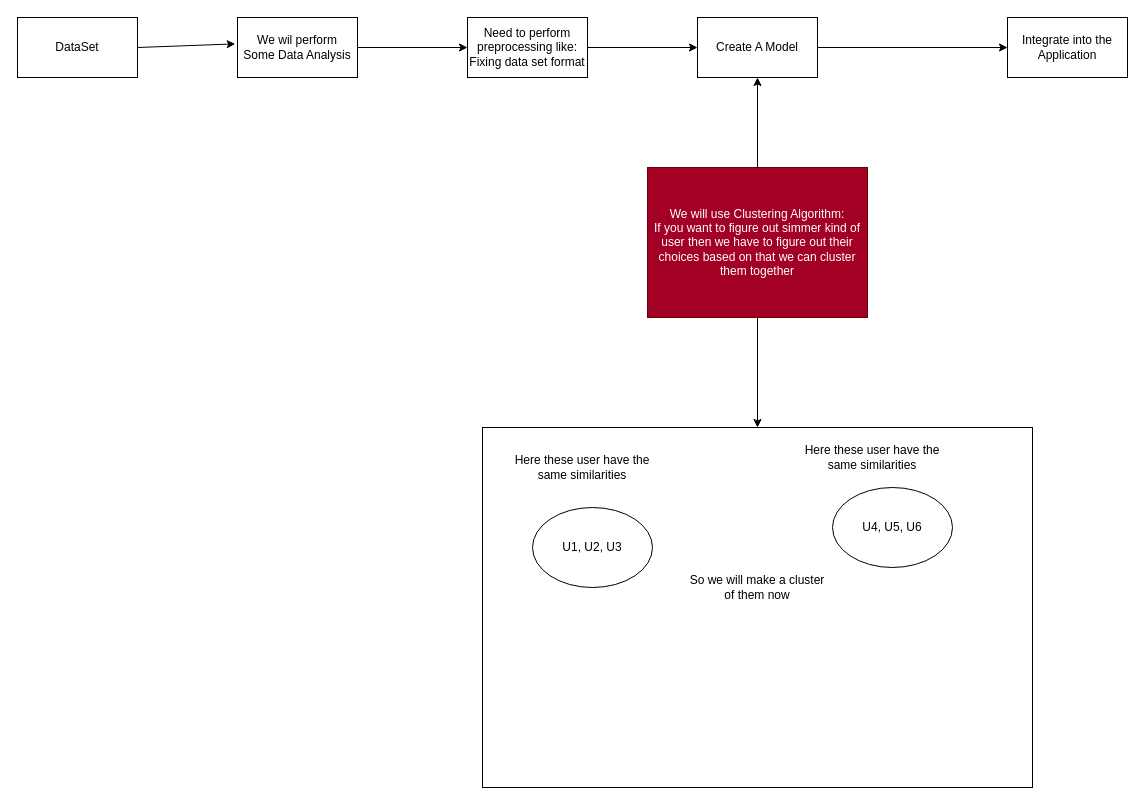
Earlier version of the draw.io diagram page "Vehicle Recommendation" (9 of 9) of design.drawio (roman-ojha/journey). Source tidied: cells renumbered, new cells numbered last; positions are measured from the earlier drawing's top-left corner, leaving out a move shared by most shapes. Both pictures are drawn from the tidied source at 100%, with x=0, y=0 at pixel (17, 17).
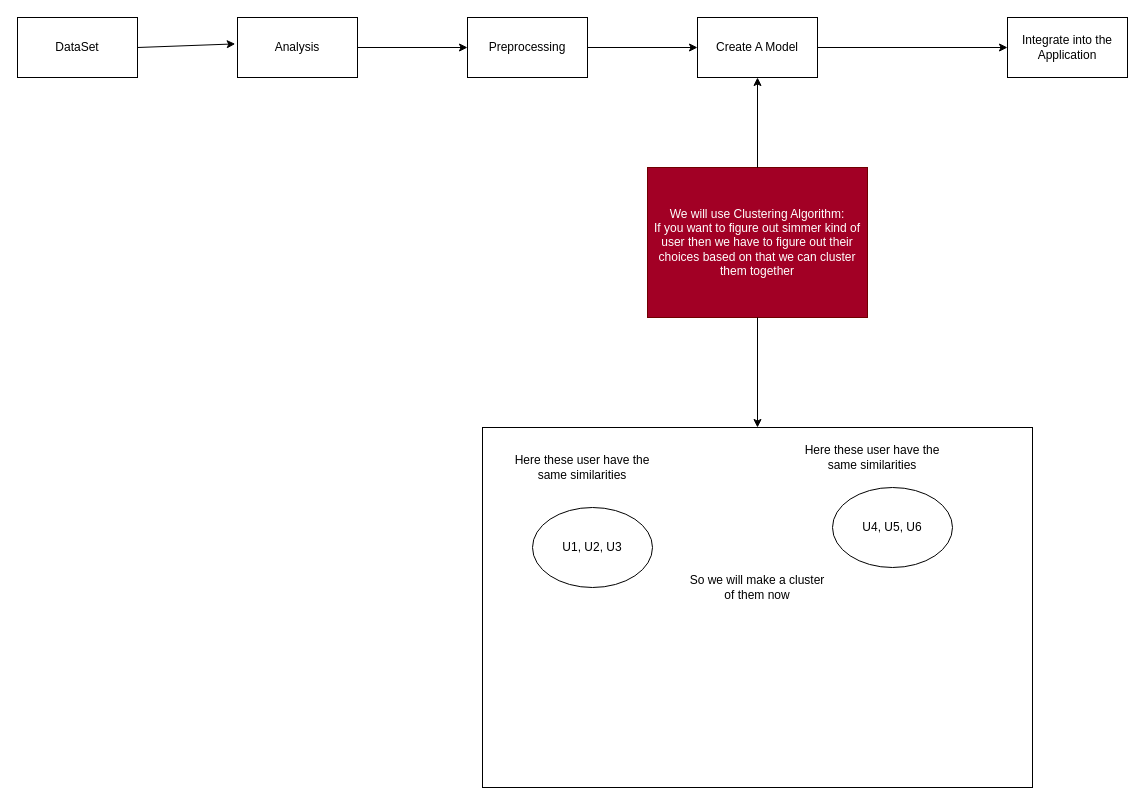
The same diagram, later.

What changed in the source:
```diff
@@
 <mxGraphModel>
   <root>
     <mxCell id="0" />
     <mxCell id="1" parent="0" />
     <mxCell id="2" value="DataSet" style="rounded=0;whiteSpace=wrap;html=1;" parent="1" vertex="1">
       <mxGeometry width="120" height="60" as="geometry" />
     </mxCell>
-    <mxCell id="3" value="We wil perform&lt;br&gt;Some Data Analysis" style="rounded=0;whiteSpace=wrap;html=1;" parent="1" vertex="1">
+    <mxCell id="3" value="Analysis" style="rounded=0;whiteSpace=wrap;html=1;" parent="1" vertex="1">
       <mxGeometry x="220" width="120" height="60" as="geometry" />
     </mxCell>
-    <mxCell id="4" value="Need to perform preprocessing like: Fixing data set format" style="rounded=0;whiteSpace=wrap;html=1;" parent="1" vertex="1">
+    <mxCell id="4" value="Preprocessing" style="rounded=0;whiteSpace=wrap;html=1;" parent="1" vertex="1">
       <mxGeometry x="450" width="120" height="60" as="geometry" />
     </mxCell>
     <mxCell id="5" value="Create A Model" style="rounded=0;whiteSpace=wrap;html=1;" parent="1" vertex="1">
       <mxGeometry x="680" width="120" height="60" as="geometry" />
     </mxCell>
     <mxCell id="6" style="endArrow=classic;html=1;rounded=0;exitX=1;exitY=0.5;exitDx=0;exitDy=0;entryX=-0.019;entryY=0.44;entryDx=0;entryDy=0;entryPerimeter=0;" parent="1" edge="1" source="2" target="3">
       <mxGeometry relative="1" as="geometry" />
     </mxCell>
     <mxCell id="7" style="endArrow=classic;html=1;rounded=0;exitX=1;exitY=0.5;exitDx=0;exitDy=0;entryX=0;entryY=0.5;entryDx=0;entryDy=0;" parent="1" edge="1" source="3" target="4">
       <mxGeometry relative="1" as="geometry" />
     </mxCell>
     <mxCell id="8" style="endArrow=classic;html=1;rounded=0;exitX=1;exitY=0.5;exitDx=0;exitDy=0;" parent="1" edge="1" source="4" target="5">
       <mxGeometry relative="1" as="geometry" />
     </mxCell>
     <mxCell id="9" value="Integrate into the Application" style="rounded=0;whiteSpace=wrap;html=1;" parent="1" vertex="1">
       <mxGeometry x="990" width="120" height="60" as="geometry" />
     </mxCell>
     <mxCell id="10" value="We will use Clustering Algorithm:&lt;br&gt;If you want to figure out simmer kind of user then we have to figure out their choices based on that we can cluster them together" style="rounded=0;whiteSpace=wrap;html=1;fillColor=#a20025;fontColor=#ffffff;strokeColor=#6F0000;" parent="1" vertex="1">
       <mxGeometry x="630" y="150" width="220" height="150" as="geometry" />
     </mxCell>
     <mxCell id="11" style="endArrow=classic;html=1;rounded=0;exitX=0.5;exitY=0;exitDx=0;exitDy=0;entryX=0.5;entryY=1;entryDx=0;entryDy=0;" parent="1" edge="1" source="10" target="5">
       <mxGeometry relative="1" as="geometry" />
     </mxCell>
     <mxCell id="12" style="rounded=0;whiteSpace=wrap;html=1;" parent="1" vertex="1">
       <mxGeometry x="465" y="410" width="550" height="360" as="geometry" />
     </mxCell>
     <mxCell id="13" value="U1, U2, U3" style="ellipse;whiteSpace=wrap;html=1;" parent="1" vertex="1">
       <mxGeometry x="515" y="490" width="120" height="80" as="geometry" />
     </mxCell>
     <mxCell id="14" value="U4, U5, U6" style="ellipse;whiteSpace=wrap;html=1;" parent="1" vertex="1">
       <mxGeometry x="815" y="470" width="120" height="80" as="geometry" />
     </mxCell>
     <mxCell id="15" value="Here these user have the same similarities" style="text;html=1;strokeColor=none;fillColor=none;align=center;verticalAlign=middle;whiteSpace=wrap;rounded=0;" parent="1" vertex="1">
       <mxGeometry x="495" y="430" width="140" height="40" as="geometry" />
     </mxCell>
     <mxCell id="16" value="Here these user have the same similarities" style="text;html=1;strokeColor=none;fillColor=none;align=center;verticalAlign=middle;whiteSpace=wrap;rounded=0;" parent="1" vertex="1">
       <mxGeometry x="785" y="420" width="140" height="40" as="geometry" />
     </mxCell>
     <mxCell id="17" value="So we will make a cluster of them now" style="text;html=1;strokeColor=none;fillColor=none;align=center;verticalAlign=middle;whiteSpace=wrap;rounded=0;" parent="1" vertex="1">
       <mxGeometry x="670" y="550" width="140" height="40" as="geometry" />
     </mxCell>
     <mxCell id="18" style="endArrow=classic;html=1;rounded=0;exitX=0.5;exitY=1;exitDx=0;exitDy=0;entryX=0.5;entryY=0;entryDx=0;entryDy=0;" parent="1" edge="1" source="10" target="12">
       <mxGeometry relative="1" as="geometry" />
     </mxCell>
     <mxCell id="19" style="endArrow=classic;html=1;rounded=0;exitX=1;exitY=0.5;exitDx=0;exitDy=0;entryX=0;entryY=0.5;entryDx=0;entryDy=0;" parent="1" edge="1" source="5" target="9">
       <mxGeometry relative="1" as="geometry" />
     </mxCell>
   </root>
 </mxGraphModel>
```
